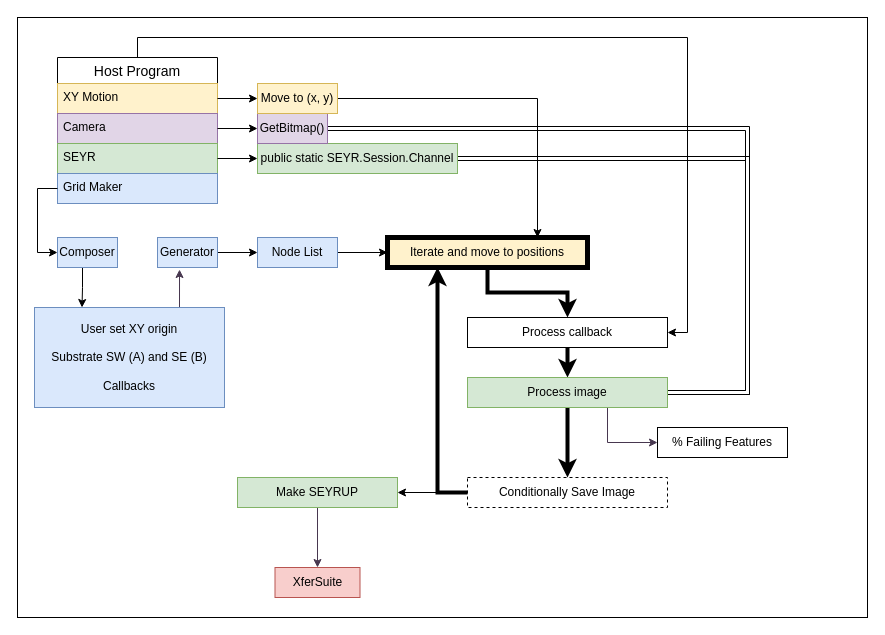
The draw.io diagram Docs/seyr.drawio in bradmartin333/SEYR, before the edit. Source tidied: cells renumbered, new cells numbered last; positions are measured from the earlier drawing's top-left corner, leaving out a move shared by most shapes. Both pictures are drawn from the tidied source at 100%, with x=0, y=0 at pixel (17, 17).
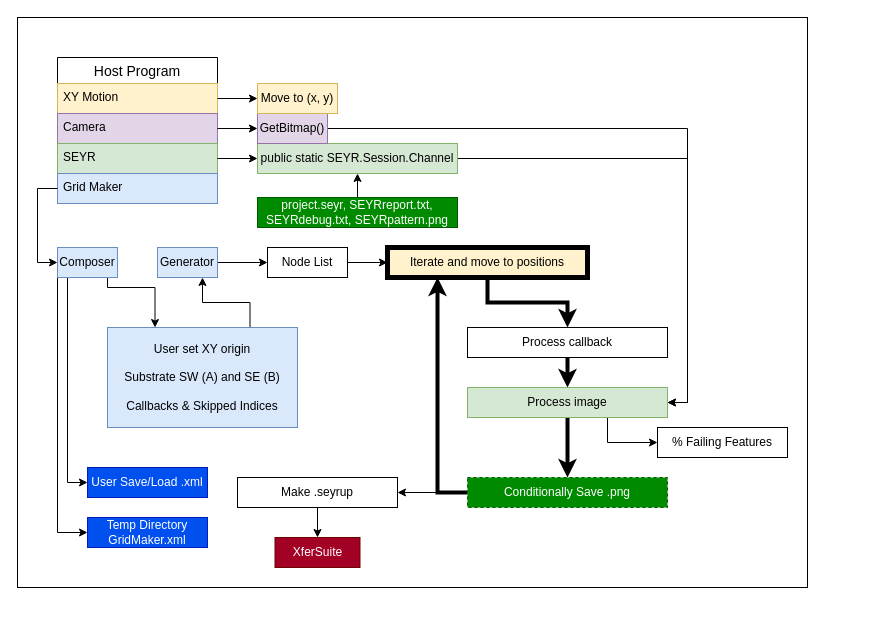
Above is the later version.

The change refers to these unchanged cells:
```xml
<mxCell id="4" value="Host Program" style="swimlane;fontStyle=0;horizontal=1;startSize=26;align=center;fontSize=14;" parent="1" vertex="1">
  <mxGeometry x="40" y="40" width="160" height="146" as="geometry" />
</mxCell>
<mxCell id="10" value="public static SEYR.Session.Channel" style="text;html=1;strokeColor=#82b366;fillColor=#d5e8d4;align=center;verticalAlign=middle;whiteSpace=wrap;rounded=0;" parent="1" vertex="1">
  <mxGeometry x="240" y="126" width="200" height="30" as="geometry" />
</mxCell>
<mxCell id="13" value="GetBitmap()" style="text;html=1;align=center;verticalAlign=middle;whiteSpace=wrap;rounded=0;fillColor=#e1d5e7;strokeColor=#9673a6;" parent="1" vertex="1">
  <mxGeometry x="240" y="96" width="70" height="30" as="geometry" />
</mxCell>
<mxCell id="16" value="Move to (x, y)" style="text;html=1;strokeColor=#d6b656;fillColor=#fff2cc;align=center;verticalAlign=middle;whiteSpace=wrap;rounded=0;" parent="1" vertex="1">
  <mxGeometry x="240" y="66" width="80" height="30" as="geometry" />
</mxCell>
<mxCell id="34" value="% Failing Features" style="text;html=1;align=center;verticalAlign=middle;whiteSpace=wrap;rounded=0;strokeColor=default;shadow=0;glass=0;" parent="1" vertex="1">
  <mxGeometry x="640" y="410" width="130" height="30" as="geometry" />
</mxCell>
```

The edit, as a diff of the source:
```diff
@@
     <mxCell id="2" style="rounded=0;whiteSpace=wrap;html=1;strokeColor=#000000;strokeWidth=1;" parent="1" vertex="1">
-      <mxGeometry width="850" height="600" as="geometry" />
+      <mxGeometry width="790" height="570" as="geometry" />
     </mxCell>
-    <mxCell id="3" style="edgeStyle=orthogonalEdgeStyle;rounded=0;jettySize=auto;html=1;exitX=0.5;exitY=0;exitDx=0;exitDy=0;entryX=1;entryY=0.5;entryDx=0;entryDy=0;" parent="1" edge="1" source="4" target="30">
-      <mxGeometry relative="1" as="geometry">
-        <Array as="points">
-          <mxPoint x="120" y="20" />
-          <mxPoint x="670" y="20" />
-          <mxPoint x="670" y="315" />
-        </Array>
-      </mxGeometry>
-    </mxCell>
@@
-    <mxCell id="9" style="edgeStyle=orthogonalEdgeStyle;rounded=0;jettySize=auto;html=1;entryX=1;entryY=0.5;entryDx=0;entryDy=0;shape=link;" parent="1" edge="1" source="10" target="33">
+    <mxCell id="9" style="edgeStyle=orthogonalEdgeStyle;rounded=0;jettySize=auto;html=1;entryX=1;entryY=0.5;entryDx=0;entryDy=0;" parent="1" edge="1" source="10" target="33">
       <mxGeometry relative="1" as="geometry">
         <Array as="points">
-          <mxPoint x="730" y="141" />
-          <mxPoint x="730" y="375" />
+          <mxPoint x="670" y="141" />
+          <mxPoint x="670" y="385" />
         </Array>
       </mxGeometry>
     </mxCell>
@@
-    <mxCell id="12" style="edgeStyle=orthogonalEdgeStyle;rounded=0;jettySize=auto;html=1;entryX=1;entryY=0.5;entryDx=0;entryDy=0;shape=link;" parent="1" edge="1" source="13" target="33">
+    <mxCell id="12" style="edgeStyle=orthogonalEdgeStyle;rounded=0;jettySize=auto;html=1;entryX=1;entryY=0.5;entryDx=0;entryDy=0;" parent="1" edge="1" source="13" target="33">
       <mxGeometry relative="1" as="geometry">
         <Array as="points">
-          <mxPoint x="730" y="111" />
-          <mxPoint x="730" y="375" />
+          <mxPoint x="670" y="111" />
+          <mxPoint x="670" y="385" />
         </Array>
       </mxGeometry>
     </mxCell>
@@
-    <mxCell id="15" style="edgeStyle=orthogonalEdgeStyle;rounded=0;jettySize=auto;html=1;entryX=0.75;entryY=0;entryDx=0;entryDy=0;" parent="1" edge="1" source="16" target="28">
-      <mxGeometry relative="1" as="geometry" />
-    </mxCell>
@@
-    <mxCell id="18" style="edgeStyle=orthogonalEdgeStyle;rounded=0;jettySize=auto;html=1;exitX=0.5;exitY=1;exitDx=0;exitDy=0;entryX=0.25;entryY=0;entryDx=0;entryDy=0;" parent="1" edge="1" source="19" target="26">
+    <mxCell id="18" style="edgeStyle=orthogonalEdgeStyle;rounded=0;jettySize=auto;html=1;exitX=0.815;exitY=1.002;exitDx=0;exitDy=0;entryX=0.25;entryY=0;entryDx=0;entryDy=0;exitPerimeter=0;" parent="1" edge="1" source="19" target="26">
       <mxGeometry relative="1" as="geometry">
         <Array as="points">
-          <mxPoint x="65" y="250" />
-          <mxPoint x="65" y="270" />
+          <mxPoint x="90" y="250" />
+          <mxPoint x="90" y="270" />
+          <mxPoint x="138" y="270" />
         </Array>
       </mxGeometry>
     </mxCell>
+    <mxCell id="41" style="edgeStyle=orthogonalEdgeStyle;rounded=0;jettySize=auto;html=1;entryX=0;entryY=0.5;entryDx=0;entryDy=0;" parent="1" edge="1" source="19" target="43">
+      <mxGeometry relative="1" as="geometry">
+        <Array as="points">
+          <mxPoint x="40" y="515" />
+        </Array>
+      </mxGeometry>
+    </mxCell>
+    <mxCell id="42" style="edgeStyle=orthogonalEdgeStyle;rounded=0;jettySize=auto;html=1;exitX=0.5;exitY=1;exitDx=0;exitDy=0;entryX=0;entryY=0.5;entryDx=0;entryDy=0;" parent="1" edge="1" source="19" target="44">
+      <mxGeometry relative="1" as="geometry">
+        <Array as="points">
+          <mxPoint x="50" y="250" />
+          <mxPoint x="50" y="465" />
+        </Array>
+      </mxGeometry>
+    </mxCell>
     <mxCell id="19" value="Composer" style="text;html=1;strokeColor=#6c8ebf;fillColor=#dae8fc;align=center;verticalAlign=middle;whiteSpace=wrap;rounded=0;" parent="1" vertex="1">
-      <mxGeometry x="40" y="220" width="60" height="30" as="geometry" />
+      <mxGeometry x="40" y="230" width="60" height="30" as="geometry" />
     </mxCell>
@@
     <mxCell id="21" value="Generator" style="text;html=1;strokeColor=#6c8ebf;fillColor=#dae8fc;align=center;verticalAlign=middle;whiteSpace=wrap;rounded=0;" parent="1" vertex="1">
-      <mxGeometry x="140" y="220" width="60" height="30" as="geometry" />
+      <mxGeometry x="140" y="230" width="60" height="30" as="geometry" />
     </mxCell>
@@
-    <mxCell id="24" value="Node List" style="text;html=1;strokeColor=#6c8ebf;fillColor=#dae8fc;align=center;verticalAlign=middle;whiteSpace=wrap;rounded=0;" parent="1" vertex="1">
-      <mxGeometry x="240" y="220" width="80" height="30" as="geometry" />
+    <mxCell id="24" value="Node List" style="text;html=1;align=center;verticalAlign=middle;whiteSpace=wrap;rounded=0;strokeColor=default;" parent="1" vertex="1">
+      <mxGeometry x="250" y="230" width="80" height="30" as="geometry" />
     </mxCell>
-    <mxCell id="25" style="edgeStyle=orthogonalEdgeStyle;rounded=0;jettySize=auto;html=1;exitX=0.75;exitY=0;exitDx=0;exitDy=0;entryX=0.367;entryY=1.067;entryDx=0;entryDy=0;entryPerimeter=0;strokeColor=#47374F;strokeWidth=1;" parent="1" edge="1" source="26" target="21">
+    <mxCell id="25" style="edgeStyle=orthogonalEdgeStyle;rounded=0;jettySize=auto;html=1;exitX=0.75;exitY=0;exitDx=0;exitDy=0;entryX=0.75;entryY=1;entryDx=0;entryDy=0;strokeWidth=1;" parent="1" edge="1" source="26" target="21">
       <mxGeometry relative="1" as="geometry" />
     </mxCell>
-    <mxCell id="26" value="User set XY origin&lt;br&gt;&lt;br&gt;Substrate SW (A) and SE (B)&lt;br&gt;&lt;br&gt;Callbacks" style="rounded=0;whiteSpace=wrap;html=1;fillColor=#dae8fc;strokeColor=#6c8ebf;" parent="1" vertex="1">
-      <mxGeometry x="17" y="290" width="190" height="100" as="geometry" />
+    <mxCell id="26" value="User set XY origin&lt;br&gt;&lt;br&gt;Substrate SW (A) and SE (B)&lt;br&gt;&lt;br&gt;Callbacks &amp;amp; Skipped Indices" style="rounded=0;whiteSpace=wrap;html=1;fillColor=#dae8fc;strokeColor=#6c8ebf;" parent="1" vertex="1">
+      <mxGeometry x="90" y="310" width="190" height="100" as="geometry" />
     </mxCell>
@@
     <mxCell id="28" value="Iterate and move to positions" style="text;html=1;strokeColor=#000000;fillColor=#fff2cc;align=center;verticalAlign=middle;whiteSpace=wrap;rounded=0;strokeWidth=5;" parent="1" vertex="1">
-      <mxGeometry x="370" y="220" width="200" height="30" as="geometry" />
+      <mxGeometry x="370" y="230" width="200" height="30" as="geometry" />
     </mxCell>
@@
     <mxCell id="30" value="Process callback" style="text;html=1;strokeColor=default;fillColor=none;align=center;verticalAlign=middle;whiteSpace=wrap;rounded=0;shadow=0;glass=0;" parent="1" vertex="1">
-      <mxGeometry x="450" y="300" width="200" height="30" as="geometry" />
+      <mxGeometry x="450" y="310" width="200" height="30" as="geometry" />
     </mxCell>
-    <mxCell id="31" style="edgeStyle=orthogonalEdgeStyle;rounded=0;jettySize=auto;html=1;entryX=0;entryY=0.5;entryDx=0;entryDy=0;strokeColor=#47374F;" parent="1" edge="1" source="33" target="34">
+    <mxCell id="31" style="edgeStyle=orthogonalEdgeStyle;rounded=0;jettySize=auto;html=1;entryX=0;entryY=0.5;entryDx=0;entryDy=0;" parent="1" edge="1" source="33" target="34">
       <mxGeometry relative="1" as="geometry">
         <Array as="points">
           <mxPoint x="590" y="425" />
         </Array>
       </mxGeometry>
     </mxCell>
@@
     <mxCell id="33" value="Process image" style="text;html=1;strokeColor=#82b366;fillColor=#d5e8d4;align=center;verticalAlign=middle;whiteSpace=wrap;rounded=0;" parent="1" vertex="1">
-      <mxGeometry x="450" y="360" width="200" height="30" as="geometry" />
+      <mxGeometry x="450" y="370" width="200" height="30" as="geometry" />
     </mxCell>
@@
-    <mxCell id="37" value="Conditionally Save Image" style="text;html=1;strokeColor=default;fillColor=none;align=center;verticalAlign=middle;whiteSpace=wrap;rounded=0;dashed=1;shadow=0;glass=0;" parent="1" vertex="1">
+    <mxCell id="37" value="Conditionally Save .png" style="text;html=1;strokeColor=#005700;fillColor=#008a00;align=center;verticalAlign=middle;whiteSpace=wrap;rounded=0;dashed=1;shadow=0;glass=0;fontColor=#ffffff;" parent="1" vertex="1">
       <mxGeometry x="450" y="460" width="200" height="30" as="geometry" />
     </mxCell>
-    <mxCell id="38" style="edgeStyle=orthogonalEdgeStyle;rounded=0;jettySize=auto;html=1;entryX=0.5;entryY=0;entryDx=0;entryDy=0;strokeColor=#47374F;strokeWidth=1;" parent="1" edge="1" source="39" target="40">
+    <mxCell id="38" style="edgeStyle=orthogonalEdgeStyle;rounded=0;jettySize=auto;html=1;entryX=0.5;entryY=0;entryDx=0;entryDy=0;strokeWidth=1;" parent="1" edge="1" source="39" target="40">
       <mxGeometry relative="1" as="geometry" />
     </mxCell>
-    <mxCell id="39" value="Make SEYRUP" style="text;html=1;strokeColor=#82b366;fillColor=#d5e8d4;align=center;verticalAlign=middle;whiteSpace=wrap;rounded=0;" parent="1" vertex="1">
+    <mxCell id="39" value="Make .seyrup" style="text;html=1;align=center;verticalAlign=middle;whiteSpace=wrap;rounded=0;strokeColor=default;" parent="1" vertex="1">
       <mxGeometry x="220" y="460" width="160" height="30" as="geometry" />
     </mxCell>
-    <mxCell id="40" value="XferSuite" style="rounded=0;whiteSpace=wrap;html=1;strokeColor=#b85450;strokeWidth=1;fillColor=#f8cecc;" parent="1" vertex="1">
-      <mxGeometry x="257.5" y="550" width="85" height="30" as="geometry" />
+    <mxCell id="40" value="XferSuite" style="rounded=0;whiteSpace=wrap;html=1;strokeColor=#6F0000;strokeWidth=1;fillColor=#a20025;fontColor=#ffffff;" parent="1" vertex="1">
+      <mxGeometry x="257.5" y="520" width="85" height="30" as="geometry" />
     </mxCell>
+    <mxCell id="43" value="Temp Directory GridMaker.xml" style="text;html=1;strokeColor=#001DBC;fillColor=#0050ef;align=center;verticalAlign=middle;whiteSpace=wrap;rounded=0;fontColor=#ffffff;" parent="1" vertex="1">
+      <mxGeometry x="70" y="500" width="120" height="30" as="geometry" />
+    </mxCell>
+    <mxCell id="44" value="User Save/Load .xml" style="text;html=1;strokeColor=#001DBC;fillColor=#0050ef;align=center;verticalAlign=middle;whiteSpace=wrap;rounded=0;fontColor=#ffffff;" parent="1" vertex="1">
+      <mxGeometry x="70" y="450" width="120" height="30" as="geometry" />
+    </mxCell>
+    <mxCell id="45" style="edgeStyle=orthogonalEdgeStyle;rounded=0;jettySize=auto;html=1;" parent="1" edge="1" source="46" target="10">
+      <mxGeometry relative="1" as="geometry" />
+    </mxCell>
+    <mxCell id="46" value="project.seyr, SEYRreport.txt, SEYRdebug.txt, SEYRpattern.png" style="text;html=1;strokeColor=#005700;fillColor=#008a00;align=center;verticalAlign=middle;whiteSpace=wrap;rounded=0;fontColor=#ffffff;" parent="1" vertex="1">
+      <mxGeometry x="240" y="180" width="200" height="30" as="geometry" />
+    </mxCell>
```
